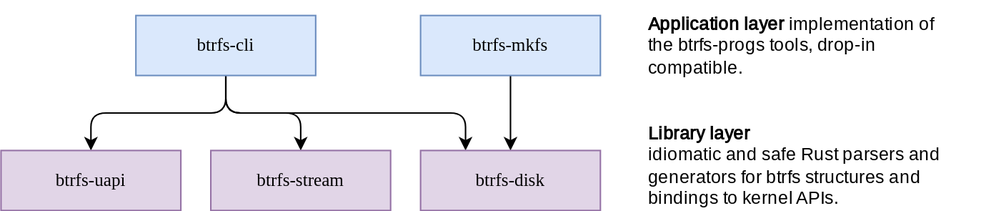
Before: docs/dev/architecture.svg, a diagram exported from draw.io (rustutils/btrfsutils). Source tidied: cells renumbered, new cells last; positions are measured from the earlier drawing's top-left corner, leaving out a move shared by most shapes. Source of this version:
```xml
<mxGraphModel>
  <root>
    <mxCell id="0" />
    <mxCell id="1" parent="0" />
    <mxCell id="2" style="edgeStyle=orthogonalEdgeStyle;rounded=1;jettySize=auto;html=1;curved=0;fontFamily=CommitMono;fontSource=https%3A%2F%2Ffonts.googleapis.com%2Fcss%3Ffamily%3DCommitMono;" parent="1" edge="1" source="3" target="10">
      <mxGeometry relative="1" as="geometry" />
    </mxCell>
    <mxCell id="3" value="&lt;font&gt;btrfs-mkfs&lt;/font&gt;" style="rounded=0;whiteSpace=wrap;html=1;fillColor=#dae8fc;strokeColor=#6c8ebf;fontFamily=CommitMono;fontSource=https%3A%2F%2Ffonts.googleapis.com%2Fcss%3Ffamily%3DCommitMono;" parent="1" vertex="1">
      <mxGeometry x="280" y="10" width="120" height="40" as="geometry" />
    </mxCell>
    <mxCell id="4" style="edgeStyle=orthogonalEdgeStyle;rounded=1;jettySize=auto;html=1;entryX=0.5;entryY=0;entryDx=0;entryDy=0;curved=0;fontFamily=CommitMono;fontSource=https%3A%2F%2Ffonts.googleapis.com%2Fcss%3Ffamily%3DCommitMono;" parent="1" edge="1" source="7" target="8">
      <mxGeometry relative="1" as="geometry" />
    </mxCell>
    <mxCell id="5" style="edgeStyle=orthogonalEdgeStyle;rounded=1;jettySize=auto;html=1;curved=0;fontFamily=CommitMono;fontSource=https%3A%2F%2Ffonts.googleapis.com%2Fcss%3Ffamily%3DCommitMono;" parent="1" edge="1" source="7" target="9">
      <mxGeometry relative="1" as="geometry" />
    </mxCell>
    <mxCell id="6" style="edgeStyle=orthogonalEdgeStyle;rounded=1;jettySize=auto;html=1;exitX=0.5;exitY=1;exitDx=0;exitDy=0;curved=0;entryX=0.25;entryY=0;entryDx=0;entryDy=0;fontFamily=CommitMono;fontSource=https%3A%2F%2Ffonts.googleapis.com%2Fcss%3Ffamily%3DCommitMono;" parent="1" edge="1" source="7" target="10">
      <mxGeometry relative="1" as="geometry" />
    </mxCell>
    <mxCell id="7" value="btrfs-cli" style="rounded=0;whiteSpace=wrap;html=1;fillColor=#dae8fc;strokeColor=#6c8ebf;fontFamily=CommitMono;fontSource=https%3A%2F%2Ffonts.googleapis.com%2Fcss%3Ffamily%3DCommitMono;" parent="1" vertex="1">
      <mxGeometry x="90" y="10" width="120" height="40" as="geometry" />
    </mxCell>
    <mxCell id="8" value="btrfs-uapi" style="rounded=0;whiteSpace=wrap;html=1;fillColor=#e1d5e7;strokeColor=#9673a6;fontFamily=CommitMono;fontSource=https%3A%2F%2Ffonts.googleapis.com%2Fcss%3Ffamily%3DCommitMono;" parent="1" vertex="1">
      <mxGeometry y="100" width="120" height="40" as="geometry" />
    </mxCell>
    <mxCell id="9" value="btrfs-stream" style="rounded=0;whiteSpace=wrap;html=1;fillColor=#e1d5e7;strokeColor=#9673a6;fontFamily=CommitMono;fontSource=https%3A%2F%2Ffonts.googleapis.com%2Fcss%3Ffamily%3DCommitMono;" parent="1" vertex="1">
      <mxGeometry x="140" y="100" width="120" height="40" as="geometry" />
    </mxCell>
    <mxCell id="10" value="btrfs-disk" style="rounded=0;whiteSpace=wrap;html=1;fillColor=#e1d5e7;strokeColor=#9673a6;fontFamily=CommitMono;fontSource=https%3A%2F%2Ffonts.googleapis.com%2Fcss%3Ffamily%3DCommitMono;" parent="1" vertex="1">
      <mxGeometry x="280" y="100" width="120" height="40" as="geometry" />
    </mxCell>
    <mxCell id="11" value="&lt;div align=&quot;left&quot;&gt;&lt;b&gt;Application layer&lt;/b&gt; implementation of the btrfs-progs tools, drop-in compatible.&lt;/div&gt;" style="text;html=1;whiteSpace=wrap;strokeColor=none;fillColor=none;align=left;verticalAlign=middle;rounded=0;fontFamily=Inter;fontSource=https%3A%2F%2Ffonts.googleapis.com%2Fcss%3Ffamily%3DInter;" parent="1" vertex="1">
      <mxGeometry x="430" width="210" height="60" as="geometry" />
    </mxCell>
    <mxCell id="12" value="&lt;font&gt;&lt;b&gt;Library layer&lt;/b&gt;&lt;br&gt;idiomatic and safe Rust parsers and generators for btrfs structures and bindings to kernel APIs.&lt;/font&gt;" style="text;html=1;whiteSpace=wrap;strokeColor=none;fillColor=none;align=left;verticalAlign=middle;rounded=0;fontFamily=Inter;fontSource=https%3A%2F%2Ffonts.googleapis.com%2Fcss%3Ffamily%3DInter;" parent="1" vertex="1">
      <mxGeometry x="430" y="80" width="230" height="60" as="geometry" />
    </mxCell>
  </root>
</mxGraphModel>
```
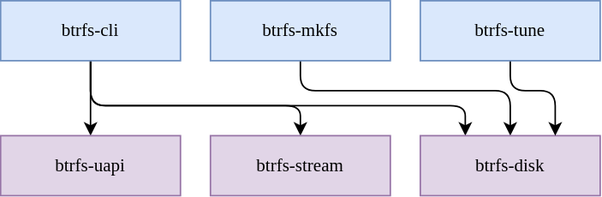
The same file after the commit.

What changed in the source:
```diff
@@ -2,23 +2,38 @@
   <root>
     <mxCell id="0" />
     <mxCell id="1" parent="0" />
-    <mxCell id="2" style="edgeStyle=orthogonalEdgeStyle;rounded=1;jettySize=auto;html=1;curved=0;fontFamily=CommitMono;fontSource=https%3A%2F%2Ffonts.googleapis.com%2Fcss%3Ffamily%3DCommitMono;" parent="1" edge="1" source="3" target="10">
-      <mxGeometry relative="1" as="geometry" />
+    <mxCell id="2" style="edgeStyle=orthogonalEdgeStyle;rounded=1;jettySize=auto;html=1;curved=0;exitX=0.5;exitY=1;exitDx=0;exitDy=0;" parent="1" edge="1" source="3" target="10">
+      <mxGeometry relative="1" as="geometry">
+        <Array as="points">
+          <mxPoint x="200" y="70" />
+          <mxPoint x="340" y="70" />
+        </Array>
+      </mxGeometry>
     </mxCell>
     <mxCell id="3" value="&lt;font&gt;btrfs-mkfs&lt;/font&gt;" style="rounded=0;whiteSpace=wrap;html=1;fillColor=#dae8fc;strokeColor=#6c8ebf;fontFamily=CommitMono;fontSource=https%3A%2F%2Ffonts.googleapis.com%2Fcss%3Ffamily%3DCommitMono;" parent="1" vertex="1">
-      <mxGeometry x="280" y="10" width="120" height="40" as="geometry" />
+      <mxGeometry x="140" y="10" width="120" height="40" as="geometry" />
     </mxCell>
     <mxCell id="4" style="edgeStyle=orthogonalEdgeStyle;rounded=1;jettySize=auto;html=1;entryX=0.5;entryY=0;entryDx=0;entryDy=0;curved=0;fontFamily=CommitMono;fontSource=https%3A%2F%2Ffonts.googleapis.com%2Fcss%3Ffamily%3DCommitMono;" parent="1" edge="1" source="7" target="8">
       <mxGeometry relative="1" as="geometry" />
     </mxCell>
-    <mxCell id="5" style="edgeStyle=orthogonalEdgeStyle;rounded=1;jettySize=auto;html=1;curved=0;fontFamily=CommitMono;fontSource=https%3A%2F%2Ffonts.googleapis.com%2Fcss%3Ffamily%3DCommitMono;" parent="1" edge="1" source="7" target="9">
-      <mxGeometry relative="1" as="geometry" />
+    <mxCell id="5" style="edgeStyle=orthogonalEdgeStyle;rounded=1;jettySize=auto;html=1;curved=0;fontFamily=CommitMono;fontSource=https%3A%2F%2Ffonts.googleapis.com%2Fcss%3Ffamily%3DCommitMono;exitX=0.5;exitY=1;exitDx=0;exitDy=0;" parent="1" edge="1" source="7" target="9">
+      <mxGeometry relative="1" as="geometry">
+        <Array as="points">
+          <mxPoint x="60" y="80" />
+          <mxPoint x="200" y="80" />
+        </Array>
+      </mxGeometry>
     </mxCell>
     <mxCell id="6" style="edgeStyle=orthogonalEdgeStyle;rounded=1;jettySize=auto;html=1;exitX=0.5;exitY=1;exitDx=0;exitDy=0;curved=0;entryX=0.25;entryY=0;entryDx=0;entryDy=0;fontFamily=CommitMono;fontSource=https%3A%2F%2Ffonts.googleapis.com%2Fcss%3Ffamily%3DCommitMono;" parent="1" edge="1" source="7" target="10">
-      <mxGeometry relative="1" as="geometry" />
+      <mxGeometry relative="1" as="geometry">
+        <Array as="points">
+          <mxPoint x="60" y="80" />
+          <mxPoint x="310" y="80" />
+        </Array>
+      </mxGeometry>
     </mxCell>
     <mxCell id="7" value="btrfs-cli" style="rounded=0;whiteSpace=wrap;html=1;fillColor=#dae8fc;strokeColor=#6c8ebf;fontFamily=CommitMono;fontSource=https%3A%2F%2Ffonts.googleapis.com%2Fcss%3Ffamily%3DCommitMono;" parent="1" vertex="1">
-      <mxGeometry x="90" y="10" width="120" height="40" as="geometry" />
+      <mxGeometry y="10" width="120" height="40" as="geometry" />
     </mxCell>
     <mxCell id="8" value="btrfs-uapi" style="rounded=0;whiteSpace=wrap;html=1;fillColor=#e1d5e7;strokeColor=#9673a6;fontFamily=CommitMono;fontSource=https%3A%2F%2Ffonts.googleapis.com%2Fcss%3Ffamily%3DCommitMono;" parent="1" vertex="1">
       <mxGeometry y="100" width="120" height="40" as="geometry" />
@@ -29,11 +44,16 @@
     <mxCell id="10" value="btrfs-disk" style="rounded=0;whiteSpace=wrap;html=1;fillColor=#e1d5e7;strokeColor=#9673a6;fontFamily=CommitMono;fontSource=https%3A%2F%2Ffonts.googleapis.com%2Fcss%3Ffamily%3DCommitMono;" parent="1" vertex="1">
       <mxGeometry x="280" y="100" width="120" height="40" as="geometry" />
     </mxCell>
-    <mxCell id="11" value="&lt;div align=&quot;left&quot;&gt;&lt;b&gt;Application layer&lt;/b&gt; implementation of the btrfs-progs tools, drop-in compatible.&lt;/div&gt;" style="text;html=1;whiteSpace=wrap;strokeColor=none;fillColor=none;align=left;verticalAlign=middle;rounded=0;fontFamily=Inter;fontSource=https%3A%2F%2Ffonts.googleapis.com%2Fcss%3Ffamily%3DInter;" parent="1" vertex="1">
-      <mxGeometry x="430" width="210" height="60" as="geometry" />
-    </mxCell>
-    <mxCell id="12" value="&lt;font&gt;&lt;b&gt;Library layer&lt;/b&gt;&lt;br&gt;idiomatic and safe Rust parsers and generators for btrfs structures and bindings to kernel APIs.&lt;/font&gt;" style="text;html=1;whiteSpace=wrap;strokeColor=none;fillColor=none;align=left;verticalAlign=middle;rounded=0;fontFamily=Inter;fontSource=https%3A%2F%2Ffonts.googleapis.com%2Fcss%3Ffamily%3DInter;" parent="1" vertex="1">
-      <mxGeometry x="430" y="80" width="230" height="60" as="geometry" />
-    </mxCell>
+    <mxCell id="13" style="edgeStyle=orthogonalEdgeStyle;rounded=1;jettySize=auto;html=1;entryX=0.75;entryY=0;entryDx=0;entryDy=0;curved=0;" parent="1" edge="1" source="14" target="10">
+      <mxGeometry relative="1" as="geometry">
+        <Array as="points">
+          <mxPoint x="340" y="70" />
+          <mxPoint x="370" y="70" />
+        </Array>
+      </mxGeometry>
+    </mxCell>
+    <mxCell id="14" value="&lt;font&gt;btrfs-tune&lt;/font&gt;" style="rounded=0;whiteSpace=wrap;html=1;fillColor=#dae8fc;strokeColor=#6c8ebf;fontFamily=CommitMono;fontSource=https%3A%2F%2Ffonts.googleapis.com%2Fcss%3Ffamily%3DCommitMono;" parent="1" vertex="1">
+      <mxGeometry x="280" y="10" width="120" height="40" as="geometry" />
+    </mxCell>
   </root>
 </mxGraphModel>
```
